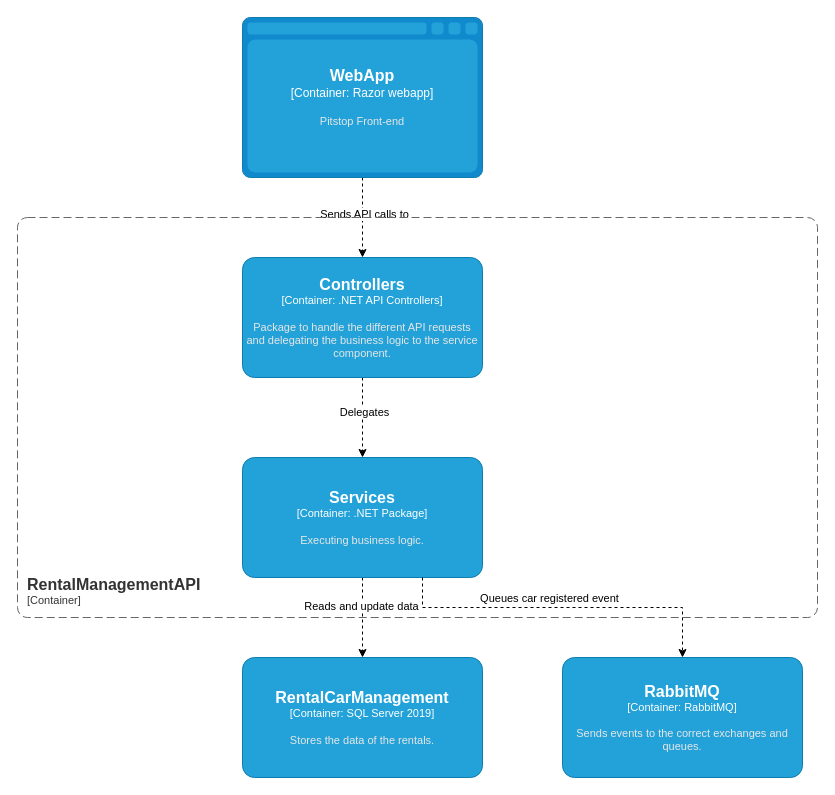
hanaim-devops/devops-bp-pitstop-uitbreiding-team-tbd keeps this draw.io diagram as Docs/Models/Component diagram RentalCarManagementAPI.drawio. Above is the earlier version. Source tidied: cells renumbered, new cells numbered last; positions are measured from the earlier drawing's top-left corner, leaving out a move shared by most shapes. Both pictures are drawn from the tidied source at 100%, with x=0, y=0 at pixel (17, 17).
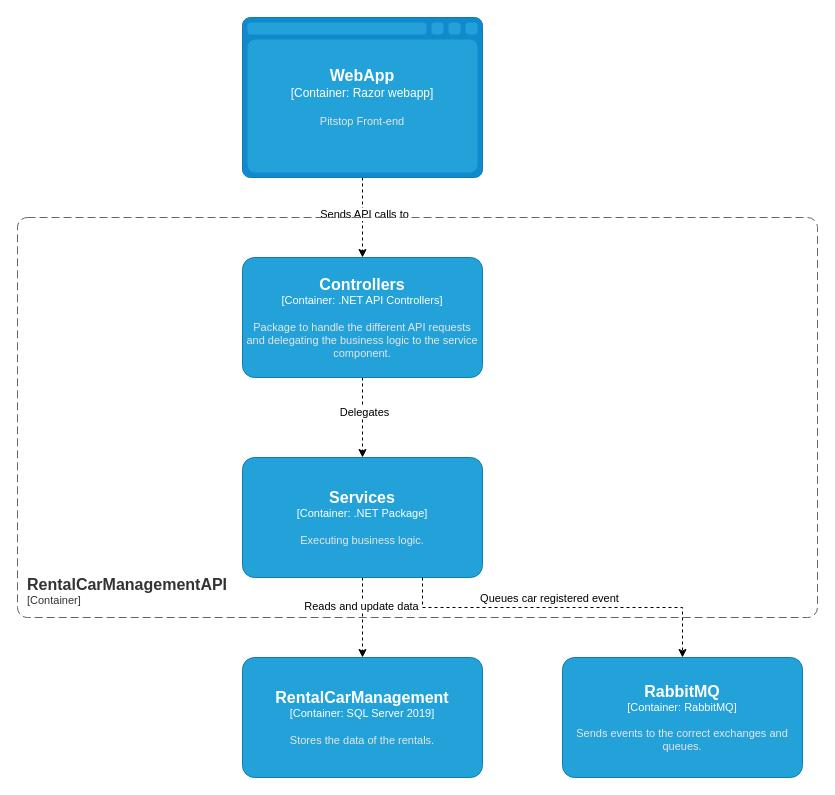
The same page after the edit.

What changed in the source:
```diff
@@
-    <object id="12" label="&lt;font style=&quot;font-size: 16px&quot;&gt;&lt;b&gt;&lt;div style=&quot;text-align: left&quot;&gt;%c4Name%&lt;/div&gt;&lt;/b&gt;&lt;/font&gt;&lt;div style=&quot;text-align: left&quot;&gt;[%c4Application%]&lt;/div&gt;" c4Application="Container" c4Name="RentalManagementAPI" placeholders="1">
+    <object id="12" label="&lt;font style=&quot;font-size: 16px&quot;&gt;&lt;b&gt;&lt;div style=&quot;text-align: left&quot;&gt;%c4Name%&lt;/div&gt;&lt;/b&gt;&lt;/font&gt;&lt;div style=&quot;text-align: left&quot;&gt;[%c4Application%]&lt;/div&gt;" c4Application="Container" c4Name="RentalCarManagementAPI" placeholders="1">
       <mxCell style="rounded=1;fontSize=11;whiteSpace=wrap;html=1;dashed=1;arcSize=20;fillColor=none;strokeColor=#666666;fontColor=#333333;labelBackgroundColor=none;align=left;verticalAlign=bottom;labelBorderColor=none;spacingTop=0;spacing=10;dashPattern=8 4;perimeter=rectanglePerimeter;noLabel=0;labelPadding=0;absoluteArcSize=1;" parent="1" vertex="1">
         <mxGeometry y="200" width="800" height="400" as="geometry" />
       </mxCell>
     </object>
```
